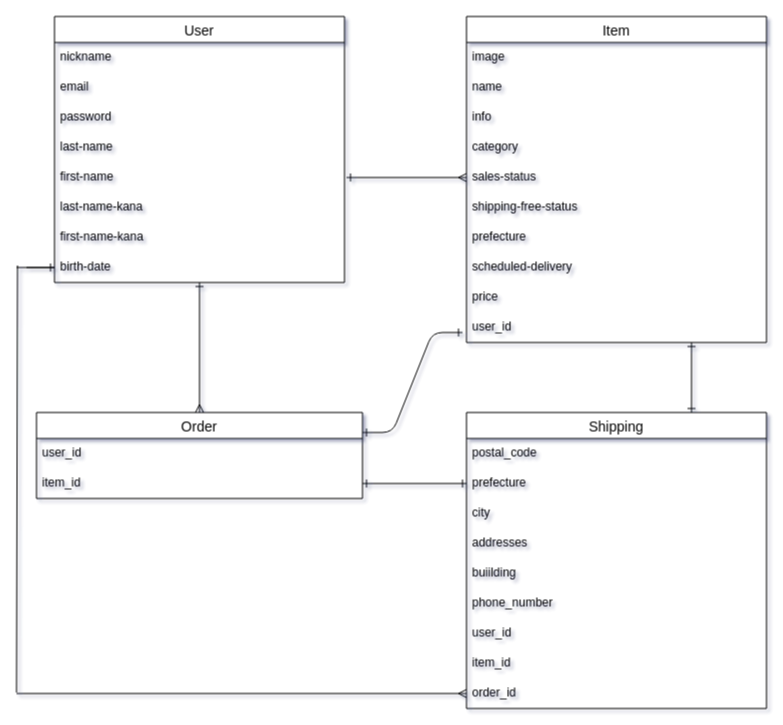
This is frima.dio from saxtuchi/furima-38417, a draw.io file, before an edit. Source tidied: cells renumbered, new cells numbered last; positions are measured from the earlier drawing's top-left corner, leaving out a move shared by most shapes. Both pictures are drawn from the tidied source at 100%, with x=0, y=0 at pixel (16, 16).
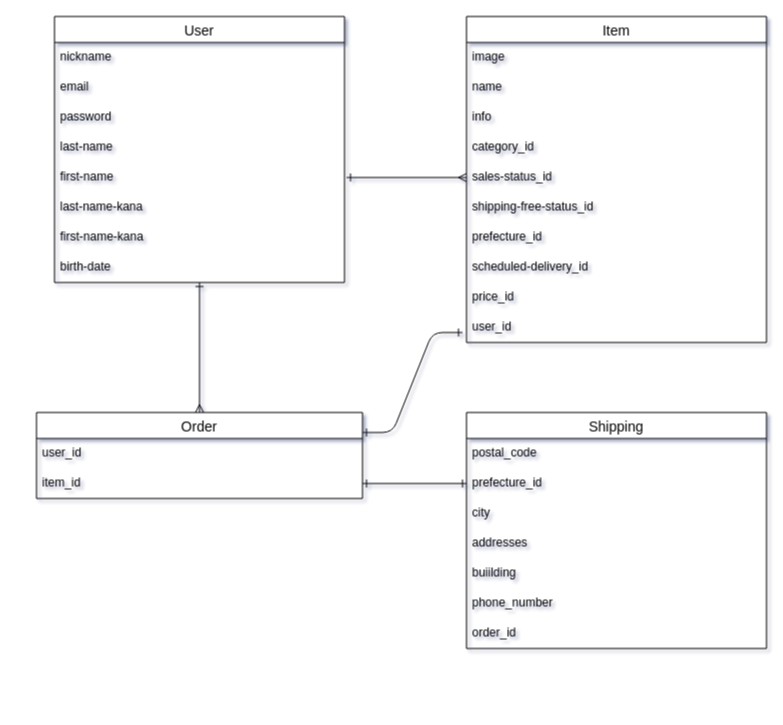
After the change.

Unchanged cells that the change refers to:
```xml
<mxCell id="11" value="birth-date" style="text;strokeColor=none;fillColor=none;spacingLeft=4;spacingRight=4;overflow=hidden;points=[[0,0.5],[1,0.5]];portConstraint=eastwest;fontSize=12;" parent="3" vertex="1">
  <mxGeometry y="236" width="290" height="30" as="geometry" />
</mxCell>
<mxCell id="12" value="Item" style="swimlane;fontStyle=0;horizontal=1;startSize=26;align=center;fontSize=14;" parent="1" vertex="1">
  <mxGeometry x="450" width="300" height="326" as="geometry" />
</mxCell>
```

What changed in the source:
```diff
@@
-    <mxCell id="16" value="category" style="text;strokeColor=none;fillColor=none;spacingLeft=4;spacingRight=4;overflow=hidden;fontSize=12;" parent="12" vertex="1">
+    <mxCell id="16" value="category_id" style="text;strokeColor=none;fillColor=none;spacingLeft=4;spacingRight=4;overflow=hidden;fontSize=12;" parent="12" vertex="1">
       <mxGeometry y="116" width="300" height="30" as="geometry" />
     </mxCell>
-    <mxCell id="17" value="sales-status&#10;" style="text;strokeColor=none;fillColor=none;spacingLeft=4;spacingRight=4;overflow=hidden;points=[[0,0.5],[1,0.5]];portConstraint=eastwest;fontSize=12;" parent="12" vertex="1">
+    <mxCell id="17" value="sales-status_id&#10;" style="text;strokeColor=none;fillColor=none;spacingLeft=4;spacingRight=4;overflow=hidden;points=[[0,0.5],[1,0.5]];portConstraint=eastwest;fontSize=12;" parent="12" vertex="1">
       <mxGeometry y="146" width="300" height="30" as="geometry" />
     </mxCell>
-    <mxCell id="18" value="shipping-free-status" style="text;strokeColor=none;fillColor=none;spacingLeft=4;spacingRight=4;overflow=hidden;fontSize=12;" parent="12" vertex="1">
+    <mxCell id="18" value="shipping-free-status_id" style="text;strokeColor=none;fillColor=none;spacingLeft=4;spacingRight=4;overflow=hidden;fontSize=12;" parent="12" vertex="1">
       <mxGeometry y="176" width="300" height="30" as="geometry" />
     </mxCell>
-    <mxCell id="19" value="prefecture" style="text;strokeColor=none;fillColor=none;spacingLeft=4;spacingRight=4;overflow=hidden;fontSize=12;" parent="12" vertex="1">
+    <mxCell id="19" value="prefecture_id" style="text;strokeColor=none;fillColor=none;spacingLeft=4;spacingRight=4;overflow=hidden;fontSize=12;" parent="12" vertex="1">
       <mxGeometry y="206" width="300" height="30" as="geometry" />
     </mxCell>
-    <mxCell id="20" value="scheduled-delivery" style="text;strokeColor=none;fillColor=none;spacingLeft=4;spacingRight=4;overflow=hidden;fontSize=12;" parent="12" vertex="1">
+    <mxCell id="20" value="scheduled-delivery_id" style="text;strokeColor=none;fillColor=none;spacingLeft=4;spacingRight=4;overflow=hidden;fontSize=12;" parent="12" vertex="1">
       <mxGeometry y="236" width="300" height="30" as="geometry" />
     </mxCell>
-    <mxCell id="21" value="price" style="text;strokeColor=none;fillColor=none;spacingLeft=4;spacingRight=4;overflow=hidden;fontSize=12;" parent="12" vertex="1">
+    <mxCell id="21" value="price_id" style="text;strokeColor=none;fillColor=none;spacingLeft=4;spacingRight=4;overflow=hidden;fontSize=12;" parent="12" vertex="1">
       <mxGeometry y="266" width="300" height="30" as="geometry" />
     </mxCell>
@@
-    <mxCell id="27" style="edgeStyle=none;html=1;exitX=0.75;exitY=0;exitDx=0;exitDy=0;entryX=0.75;entryY=1;entryDx=0;entryDy=0;startArrow=ERone;startFill=0;endArrow=ERone;endFill=0;" parent="1" edge="1" source="28" target="12">
-      <mxGeometry relative="1" as="geometry" />
-    </mxCell>
     <mxCell id="28" value="Shipping" style="swimlane;fontStyle=0;horizontal=1;startSize=26;align=center;fontSize=14;" parent="1" vertex="1">
-      <mxGeometry x="450" y="396" width="300" height="296" as="geometry" />
+      <mxGeometry x="450" y="396" width="300" height="236" as="geometry" />
     </mxCell>
@@
-    <mxCell id="30" value="prefecture" style="text;strokeColor=none;fillColor=none;spacingLeft=4;spacingRight=4;overflow=hidden;points=[[0,0.5],[1,0.5]];portConstraint=eastwest;fontSize=12;" parent="28" vertex="1">
+    <mxCell id="30" value="prefecture_id" style="text;strokeColor=none;fillColor=none;spacingLeft=4;spacingRight=4;overflow=hidden;points=[[0,0.5],[1,0.5]];portConstraint=eastwest;fontSize=12;" parent="28" vertex="1">
       <mxGeometry y="56" width="300" height="30" as="geometry" />
     </mxCell>
@@
-    <mxCell id="35" value="user_id" style="text;strokeColor=none;fillColor=none;spacingLeft=4;spacingRight=4;overflow=hidden;fontSize=12;" parent="28" vertex="1">
-      <mxGeometry y="206" width="300" height="30" as="geometry" />
-    </mxCell>
-    <mxCell id="36" value="item_id" style="text;strokeColor=none;fillColor=none;spacingLeft=4;spacingRight=4;overflow=hidden;fontSize=12;" parent="28" vertex="1">
-      <mxGeometry y="236" width="300" height="30" as="geometry" />
-    </mxCell>
     <mxCell id="37" value="order_id" style="text;strokeColor=none;fillColor=none;spacingLeft=4;spacingRight=4;overflow=hidden;points=[[0,0.5],[1,0.5]];portConstraint=eastwest;fontSize=12;" parent="28" vertex="1">
-      <mxGeometry y="266" width="300" height="30" as="geometry" />
+      <mxGeometry y="206" width="300" height="30" as="geometry" />
     </mxCell>
@@
-    <mxCell id="40" style="edgeStyle=none;html=1;exitX=0;exitY=0.5;exitDx=0;exitDy=0;startArrow=none;startFill=0;endArrow=none;endFill=0;" parent="1" edge="1" source="11">
-      <mxGeometry relative="1" as="geometry">
-        <mxPoint y="251" as="targetPoint" />
-      </mxGeometry>
-    </mxCell>
-    <mxCell id="41" style="edgeStyle=none;html=1;startArrow=none;startFill=0;endArrow=ERone;endFill=0;" parent="1" edge="1" target="11">
-      <mxGeometry relative="1" as="geometry">
-        <mxPoint x="10" y="251" as="sourcePoint" />
-      </mxGeometry>
-    </mxCell>
-    <mxCell id="42" style="edgeStyle=none;html=1;exitX=0;exitY=0.5;exitDx=0;exitDy=0;startArrow=ERmany;startFill=0;endArrow=none;endFill=0;" parent="1" edge="1" source="37">
-      <mxGeometry relative="1" as="geometry">
-        <mxPoint y="677" as="targetPoint" />
-      </mxGeometry>
-    </mxCell>
-    <mxCell id="43" style="edgeStyle=none;html=1;startArrow=none;startFill=0;endArrow=none;endFill=0;exitX=1.1;exitY=0.3;exitDx=0;exitDy=0;exitPerimeter=0;" parent="1" edge="1">
-      <mxGeometry relative="1" as="geometry">
-        <mxPoint x="1" y="249" as="sourcePoint" />
-        <mxPoint y="676" as="targetPoint" />
-      </mxGeometry>
-    </mxCell>
```
